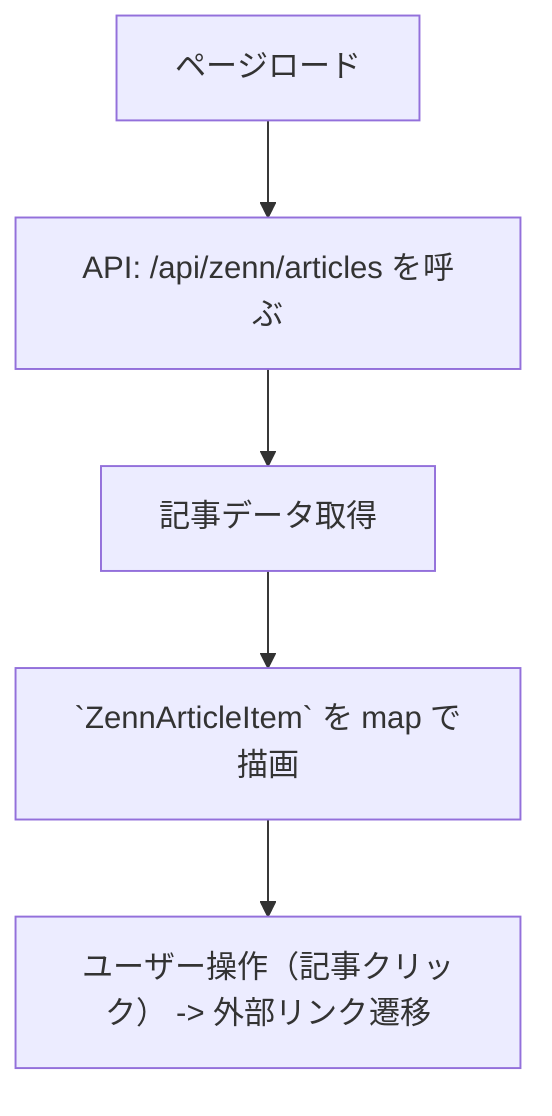
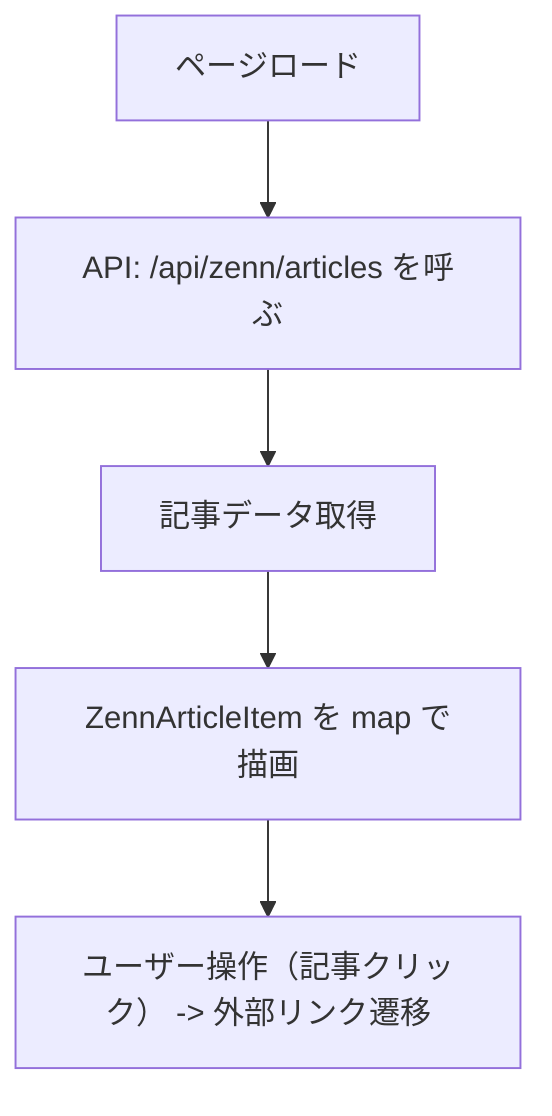
flowchart TD
  A[ページロード] --> B[API: /api/zenn/articles を呼ぶ]
  B --> C[記事データ取得]
-   C --> D[`ZennArticleItem` を map で描画]
+   C --> D[ZennArticleItem を map で描画]
  D --> E[ユーザー操作（記事クリック） -> 外部リンク遷移]